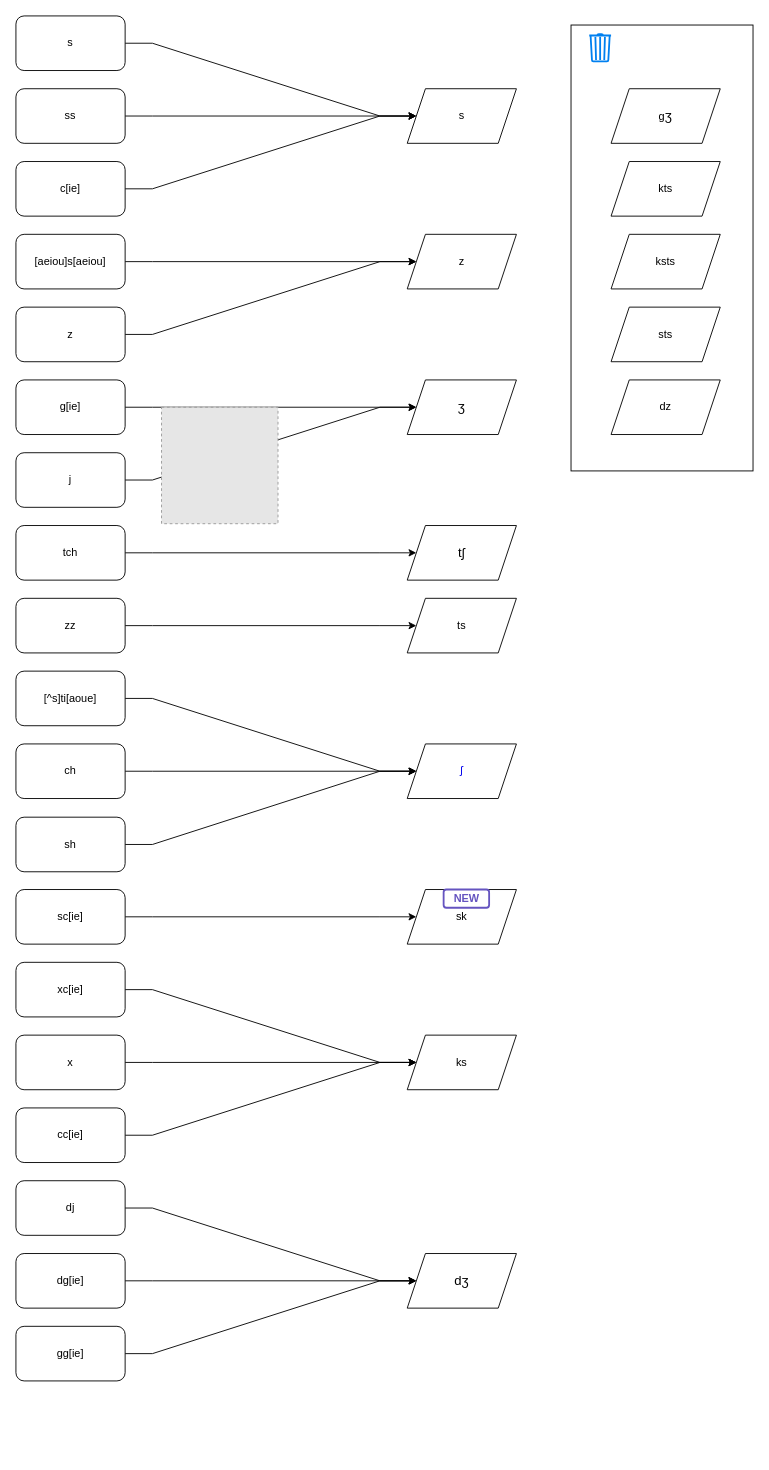
medavox/drawio.diagrams keeps this draw.io diagram as proposed mappings.drawio. Above is the earlier version. Source tidied: cells renumbered, new cells numbered last; positions are measured from the earlier drawing's top-left corner, leaving out a move shared by most shapes. Both pictures are drawn from the tidied source at 91%, with x=0, y=0 at pixel (15, 15). Pictures stored in the file or linked from it are replaced by grey dashed boxes.
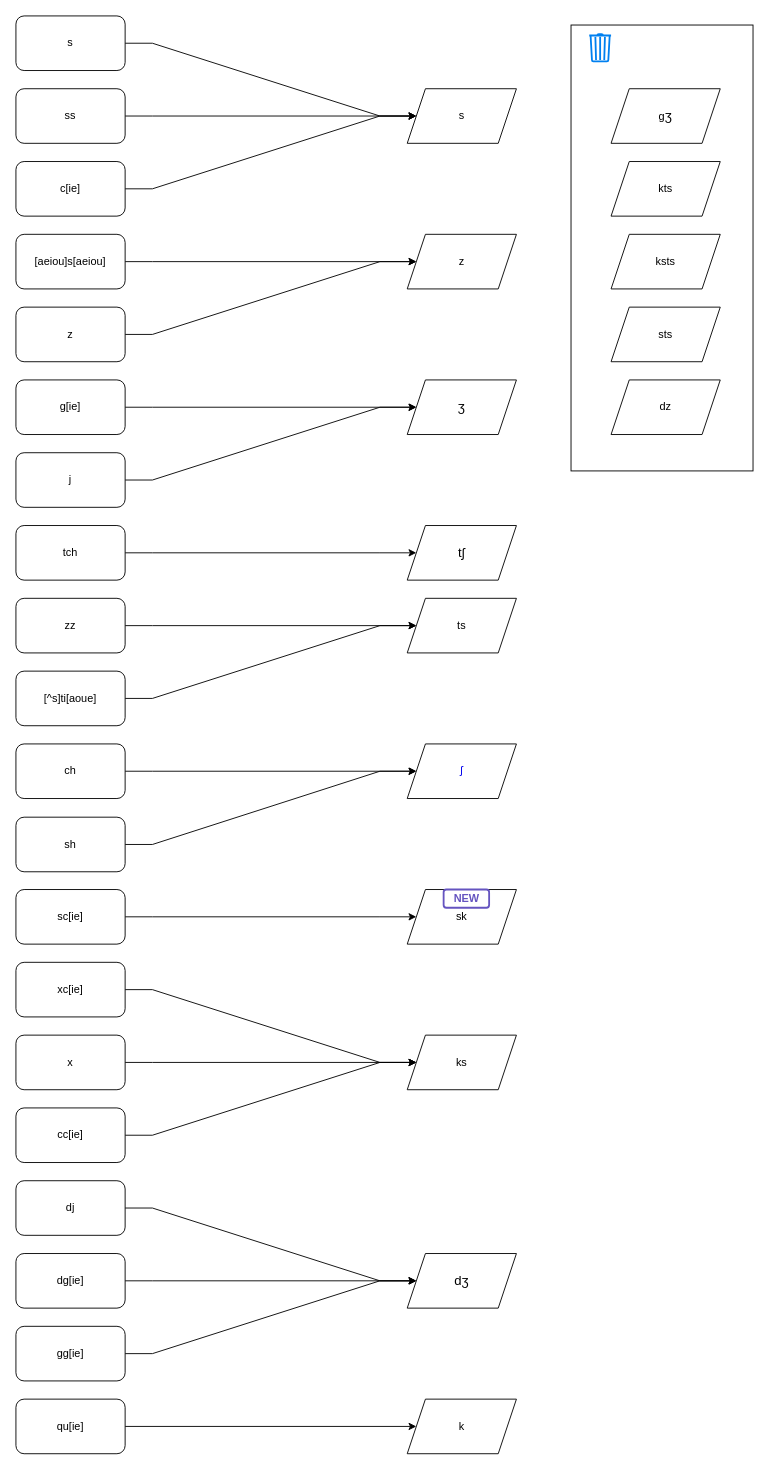
Above is the later version.

Unchanged cells that the change refers to:
```xml
<mxCell id="8" value="&lt;span class=&quot;IPA&quot; lang=&quot;und-fonipa&quot;&gt;&lt;a title=&quot;Voiceless postalveolar fricative&quot; href=&quot;https://en.wikipedia.org/wiki/Voiceless_postalveolar_fricative&quot;&gt;ʃ&lt;/a&gt;&lt;/span&gt;" style="shape=parallelogram;perimeter=parallelogramPerimeter;whiteSpace=wrap;html=1;fixedSize=1;" parent="1" vertex="1">
  <mxGeometry x="430" y="800" width="120" height="60" as="geometry" />
</mxCell>
<mxCell id="11" value="ts" style="shape=parallelogram;perimeter=parallelogramPerimeter;whiteSpace=wrap;html=1;fixedSize=1;" parent="1" vertex="1">
  <mxGeometry x="430" y="640" width="120" height="60" as="geometry" />
</mxCell>
<mxCell id="27" value="[^s]ti[aoue]" style="rounded=1;whiteSpace=wrap;html=1;fontColor=#000000;" parent="1" vertex="1">
  <mxGeometry y="720" width="120" height="60" as="geometry" />
</mxCell>
```

The edit, as a diff of the source:
```diff
@@
-    <mxCell id="26" style="edgeStyle=entityRelationEdgeStyle;rounded=0;jettySize=auto;html=1;fontColor=#000000;" parent="1" edge="1" source="27" target="8">
+    <mxCell id="26" style="edgeStyle=entityRelationEdgeStyle;rounded=0;jettySize=auto;html=1;fontColor=#000000;" parent="1" edge="1" source="27" target="11">
       <mxGeometry relative="1" as="geometry" />
     </mxCell>
@@
-    <mxCell id="56" style="fillColor=#E6E6E6;strokeColor=#999999;dashed=1;html=1;verticalAlign=top;verticalLabelPosition=bottom;labelBackgroundColor=#ffffff;" parent="1" vertex="1">
-      <mxGeometry x="160" y="430" width="128" height="128" as="geometry" />
-    </mxCell>
@@
+    <mxCell id="58" style="edgeStyle=orthogonalEdgeStyle;rounded=0;jettySize=auto;html=1;" parent="1" edge="1" source="59" target="60">
+      <mxGeometry relative="1" as="geometry" />
+    </mxCell>
+    <mxCell id="59" value="qu[ie]" style="rounded=1;whiteSpace=wrap;html=1;fontColor=#000000;" parent="1" vertex="1">
+      <mxGeometry y="1520" width="120" height="60" as="geometry" />
+    </mxCell>
+    <mxCell id="60" value="k" style="shape=parallelogram;perimeter=parallelogramPerimeter;whiteSpace=wrap;html=1;fixedSize=1;" parent="1" vertex="1">
+      <mxGeometry x="430" y="1520" width="120" height="60" as="geometry" />
+    </mxCell>
```
